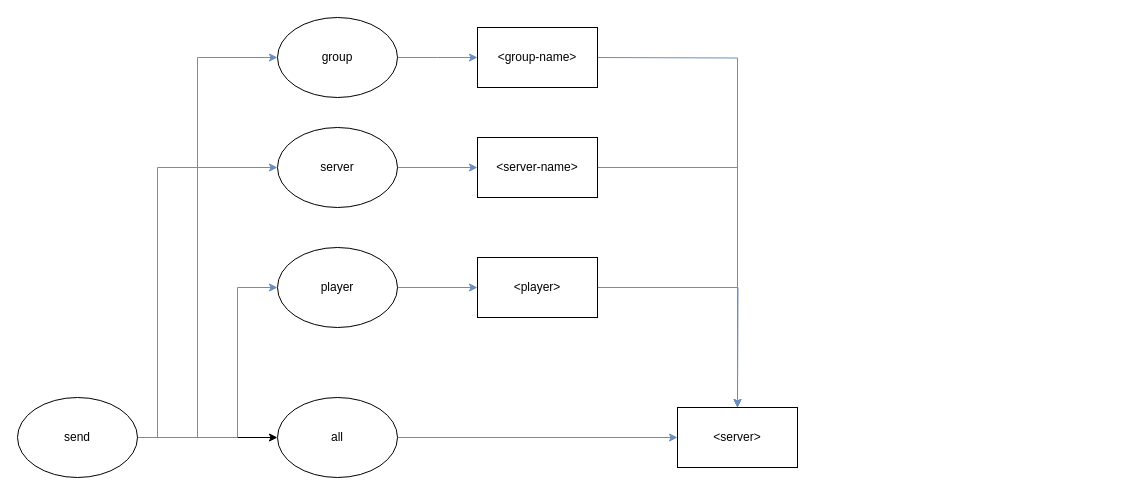
OskarsMC-Plugins/send keeps this draw.io diagram as docs/send.drawio. Above is the earlier version. Source tidied: cells renumbered, new cells numbered last; positions are measured from the earlier drawing's top-left corner, leaving out a move shared by most shapes. Both pictures are drawn from the tidied source at 100%, with x=0, y=0 at pixel (17, 17).
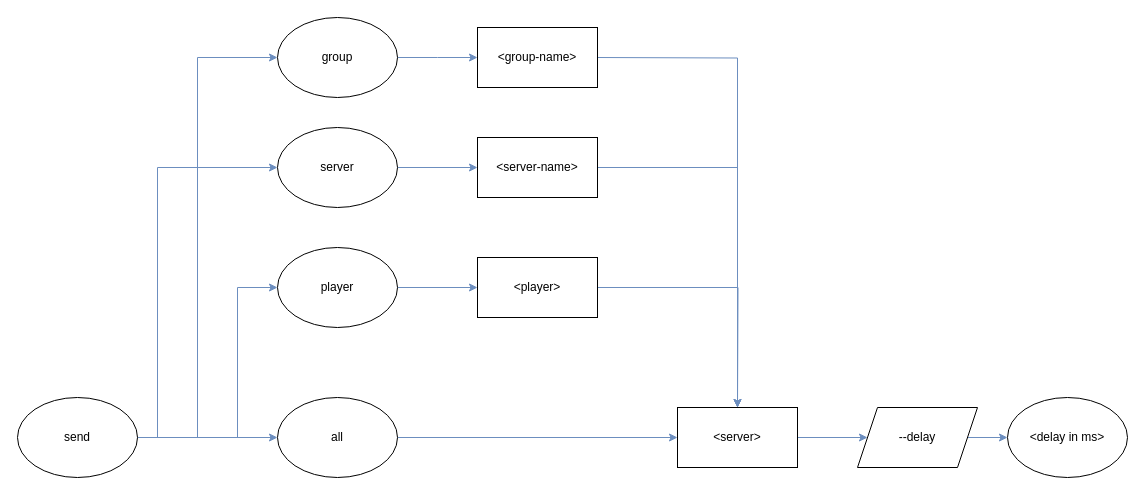
After the change.

Unchanged cells that the change refers to:
```xml
<mxCell id="6" value="send" style="ellipse;whiteSpace=wrap;html=1;" parent="1" vertex="1">
  <mxGeometry y="380" width="120" height="80" as="geometry" />
</mxCell>
<mxCell id="8" value="all" style="ellipse;whiteSpace=wrap;html=1;" parent="1" vertex="1">
  <mxGeometry x="260" y="380" width="120" height="80" as="geometry" />
</mxCell>
<mxCell id="13" value="&amp;lt;server&amp;gt;" style="rounded=0;whiteSpace=wrap;html=1;" parent="1" vertex="1">
  <mxGeometry x="660" y="390" width="120" height="60" as="geometry" />
</mxCell>
```

Diff of the diagram source:
```diff
@@
-    <mxCell id="2" style="edgeStyle=orthogonalEdgeStyle;rounded=0;jettySize=auto;html=1;entryX=0;entryY=0.5;entryDx=0;entryDy=0;" parent="1" edge="1" source="6" target="8">
+    <mxCell id="2" style="edgeStyle=orthogonalEdgeStyle;rounded=0;jettySize=auto;html=1;entryX=0;entryY=0.5;entryDx=0;entryDy=0;fillColor=#dae8fc;strokeColor=#6c8ebf;" parent="1" edge="1" source="6" target="8">
       <mxGeometry relative="1" as="geometry">
         <Array as="points">
           <mxPoint x="260" y="420" />
           <mxPoint x="260" y="420" />
         </Array>
       </mxGeometry>
     </mxCell>
@@
+    <mxCell id="22" style="edgeStyle=orthogonalEdgeStyle;rounded=0;jettySize=auto;html=1;fillColor=#dae8fc;strokeColor=#6c8ebf;" parent="1" edge="1" source="13" target="24">
+      <mxGeometry relative="1" as="geometry" />
+    </mxCell>
@@
+    <mxCell id="23" style="edgeStyle=orthogonalEdgeStyle;rounded=0;jettySize=auto;html=1;fillColor=#dae8fc;strokeColor=#6c8ebf;" parent="1" edge="1" source="24" target="25">
+      <mxGeometry relative="1" as="geometry" />
+    </mxCell>
+    <mxCell id="24" value="--delay" style="shape=parallelogram;perimeter=parallelogramPerimeter;whiteSpace=wrap;html=1;fixedSize=1;" parent="1" vertex="1">
+      <mxGeometry x="840" y="390" width="120" height="60" as="geometry" />
+    </mxCell>
+    <mxCell id="25" value="&amp;lt;delay in ms&amp;gt;" style="ellipse;whiteSpace=wrap;html=1;" parent="1" vertex="1">
+      <mxGeometry x="990" y="380" width="120" height="80" as="geometry" />
+    </mxCell>
```
